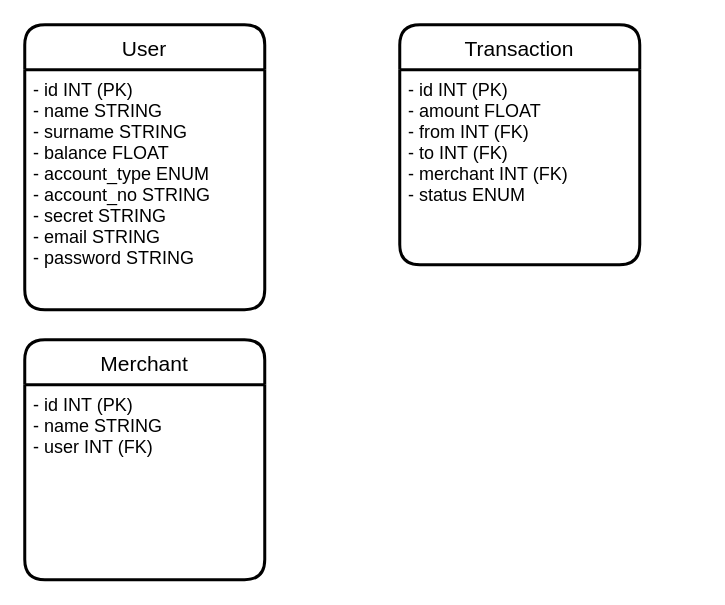
XavierTM/biobank keeps this draw.io diagram as page "ERD" (2 of 2) of design/design.drawio. Above is the earlier version. Source tidied: cells renumbered, new cells numbered last; positions are measured from the earlier drawing's top-left corner, leaving out a move shared by most shapes. Both pictures are drawn from the tidied source at 150%, with x=0, y=0 at pixel (24, 24).
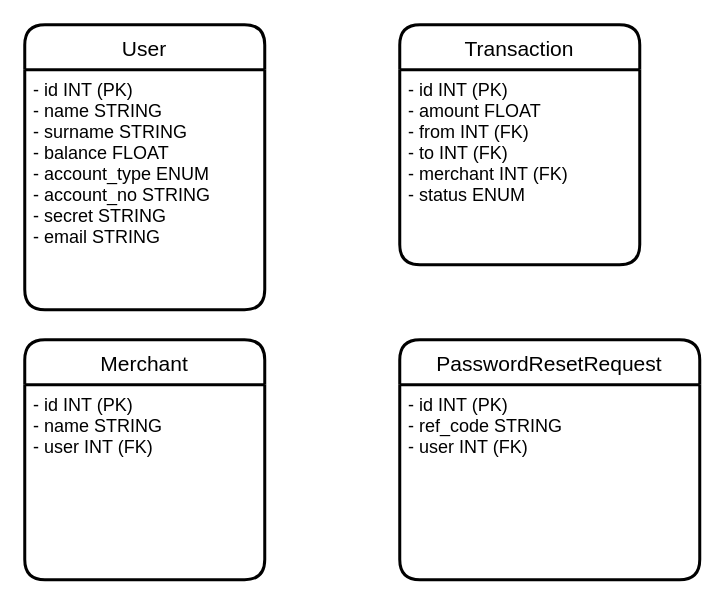
Above is the later version.

What changed in the source:
```diff
@@
 <mxGraphModel>
   <root>
     <mxCell id="0" />
     <mxCell id="1" parent="0" />
     <mxCell id="2" value="User" style="swimlane;horizontal=1;startSize=30;rounded=1;fontSize=14;fontStyle=0;strokeWidth=2;shadow=0;dashed=0;align=center;" parent="1" vertex="1">
       <mxGeometry width="160" height="190" as="geometry" />
     </mxCell>
-    <mxCell id="3" value="- id INT (PK)&#10;- name STRING&#10;- surname STRING&#10;- balance FLOAT&#10;- account_type ENUM&#10;- account_no STRING&#10;- secret STRING&#10;- email STRING&#10;- password STRING" style="align=left;strokeColor=none;fillColor=none;spacingLeft=4;fontSize=12;verticalAlign=top;" parent="2" vertex="1">
+    <mxCell id="3" value="- id INT (PK)&#10;- name STRING&#10;- surname STRING&#10;- balance FLOAT&#10;- account_type ENUM&#10;- account_no STRING&#10;- secret STRING&#10;- email STRING" style="align=left;strokeColor=none;fillColor=none;spacingLeft=4;fontSize=12;verticalAlign=top;" parent="2" vertex="1">
       <mxGeometry y="30" width="160" height="160" as="geometry" />
     </mxCell>
     <mxCell id="4" value="Transaction" style="swimlane;horizontal=1;startSize=30;rounded=1;fontSize=14;fontStyle=0;strokeWidth=2;shadow=0;dashed=0;align=center;" parent="1" vertex="1">
       <mxGeometry x="250" width="160" height="160" as="geometry" />
     </mxCell>
     <mxCell id="5" value="- id INT (PK)&#10;- amount FLOAT&#10;- from INT (FK)&#10;- to INT (FK)&#10;- merchant INT (FK)&#10;- status ENUM" style="align=left;strokeColor=none;fillColor=none;spacingLeft=4;fontSize=12;verticalAlign=top;" parent="4" vertex="1">
       <mxGeometry y="30" width="160" height="130" as="geometry" />
     </mxCell>
     <mxCell id="6" value="Merchant" style="swimlane;horizontal=1;startSize=30;rounded=1;fontSize=14;fontStyle=0;strokeWidth=2;shadow=0;dashed=0;align=center;" parent="1" vertex="1">
       <mxGeometry y="210" width="160" height="160" as="geometry" />
     </mxCell>
     <mxCell id="7" value="- id INT (PK)&#10;- name STRING&#10;- user INT (FK)&#10;" style="align=left;strokeColor=none;fillColor=none;spacingLeft=4;fontSize=12;verticalAlign=top;" parent="6" vertex="1">
       <mxGeometry y="30" width="160" height="130" as="geometry" />
     </mxCell>
+    <mxCell id="8" value="PasswordResetRequest" style="swimlane;horizontal=1;startSize=30;rounded=1;fontSize=14;fontStyle=0;strokeWidth=2;shadow=0;dashed=0;align=center;" parent="1" vertex="1">
+      <mxGeometry x="250" y="210" width="200" height="160" as="geometry" />
+    </mxCell>
+    <mxCell id="9" value="- id INT (PK)&#10;- ref_code STRING&#10;- user INT (FK)&#10;" style="align=left;strokeColor=none;fillColor=none;spacingLeft=4;fontSize=12;verticalAlign=top;" parent="8" vertex="1">
+      <mxGeometry y="30" width="200" height="130" as="geometry" />
+    </mxCell>
   </root>
 </mxGraphModel>
```
